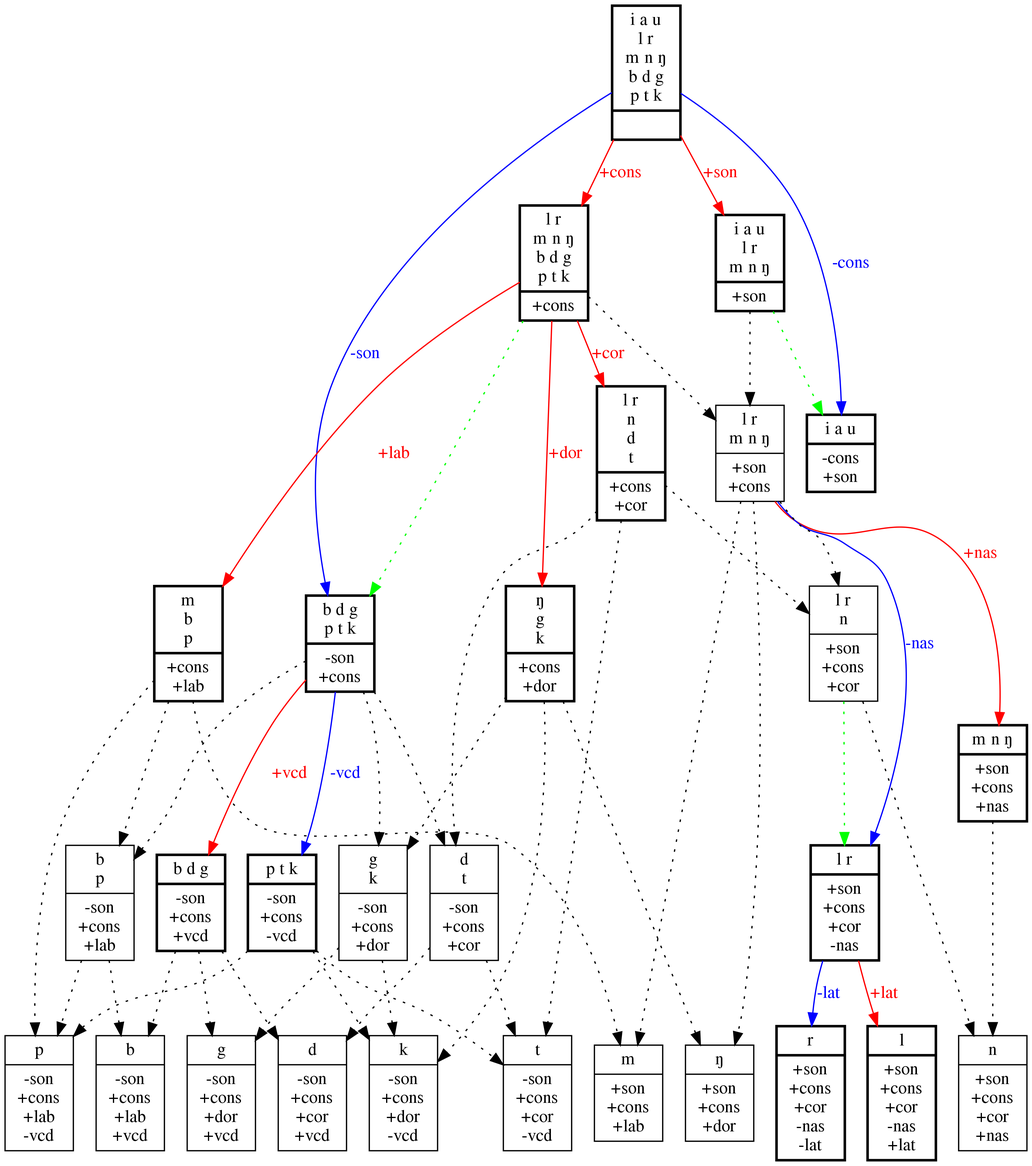
The Graphviz diagram squib/diagrams/biggun.png in rdaland/Pheatures, before a commit. Its source is kept beside it as squib/diagrams/biggun.gv.
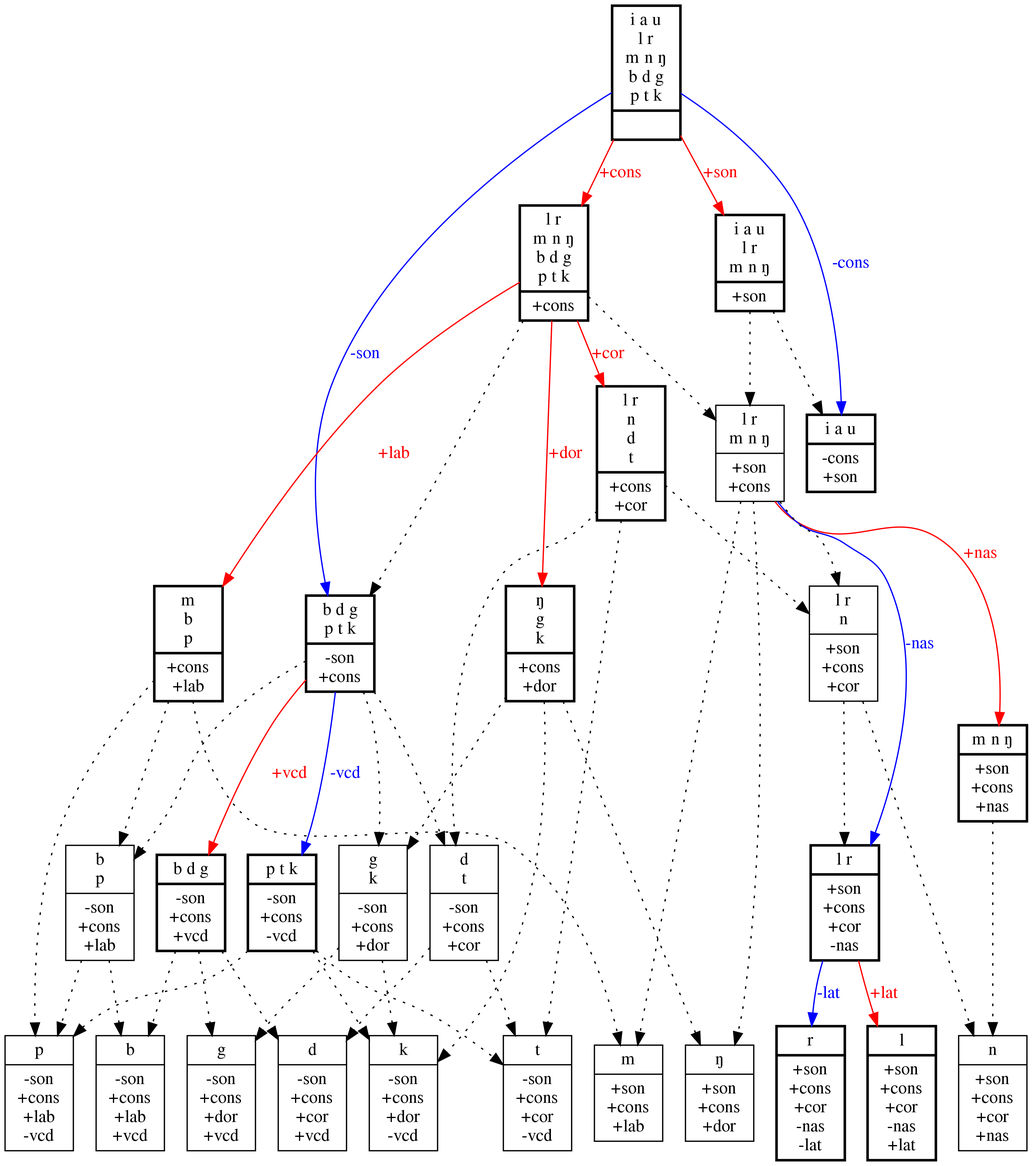
Above is the later version.

What changed in the source:
```diff
@@ -19,11 +19,11 @@
 
 	SIGMA -> CONS [label="+cons",color="red",fontcolor="red"]
 	SIGMA -> SON [label="+son",color="red",fontcolor="red"]
-	CONS -> OBSTR [style="dotted",color="green"]
+	CONS -> OBSTR [style="dotted"]
 	CONS -> LAB [label="+lab",color="red",fontcolor="red"]
 	CONS -> COR [label="+cor",color="red",fontcolor="red"]
 	CONS -> DOR [label="+dor",color="red",fontcolor="red"]
-	SON -> VOWL [style="dotted",color="green"]
+	SON -> VOWL [style="dotted"]
 	OBSTR -> VCD [label="+vcd",color="red",fontcolor="red"]
 	OBSTR -> VCLS [label="-vcd",color="blue",fontcolor="blue"]
 	LIQD -> L [label="+lat",color="red",fontcolor="red"]
@@ -52,7 +52,7 @@
 	CORSONCONS [label="{<segs> l r\nn|<feats> +son\n+cons\n+cor}",shape=record]
 	SONCONS -> CORSONCONS [style="dotted"]
 	COR -> CORSONCONS [style="dotted"]
-	CORSONCONS -> LIQD [style="dotted",color="green"]
+	CORSONCONS -> LIQD [style="dotted"]
 	NG [label="{<segs> ŋ|<feats> +son\n+cons\n+dor}",shape=record]
 	DOR -> NG [style="dotted"]
 	SONCONS -> NG [style="dotted"]
```
